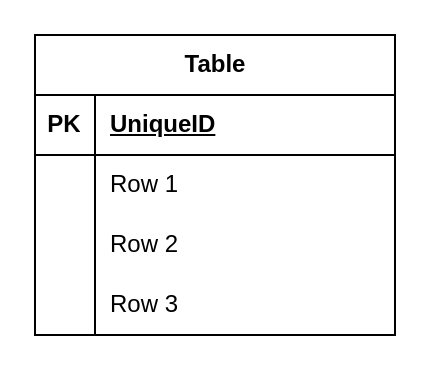
This is 商品管理.drawio from gaollard/diagrams, a draw.io file, before an edit. Source tidied: cells renumbered, new cells numbered last; positions are measured from the earlier drawing's top-left corner, leaving out a move shared by most shapes. Both pictures are drawn from the tidied source at 200%, with x=0, y=0 at pixel (34, 34).
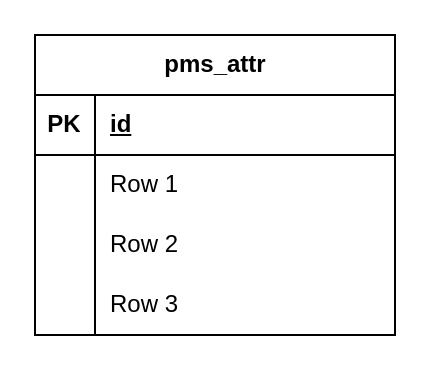
The same page after the edit.

Commit message (it also covers changes not shown here):
更新商品管理.drawio

What changed in the source:
```diff
@@
 <mxGraphModel>
   <root>
     <mxCell id="0" />
     <mxCell id="1" parent="0" />
-    <mxCell id="2" value="Table" style="shape=table;startSize=30;childLayout=tableLayout;rowLines=0;fontStyle=1;align=center;html=1;" parent="1" vertex="1">
+    <mxCell id="2" value="pms_attr" style="shape=table;startSize=30;childLayout=tableLayout;rowLines=0;fontStyle=1;align=center;html=1;" parent="1" vertex="1">
       <mxGeometry width="180" height="150" as="geometry" />
     </mxCell>
     <mxCell id="3" style="shape=tableRow;horizontal=0;startSize=0;swimlaneHead=0;swimlaneBody=0;fillColor=none;top=0;left=0;right=0;bottom=1;" parent="2" vertex="1">
       <mxGeometry y="30" width="180" height="30" as="geometry" />
     </mxCell>
     <mxCell id="4" value="PK" style="shape=partialRectangle;fillColor=none;top=0;left=0;bottom=0;right=0;fontStyle=1;overflow=hidden;whiteSpace=wrap;html=1;" parent="3" vertex="1">
       <mxGeometry width="30" height="30" as="geometry" />
     </mxCell>
-    <mxCell id="5" value="UniqueID" style="shape=partialRectangle;fillColor=none;top=0;left=0;bottom=0;right=0;align=left;spacingLeft=6;fontStyle=5;overflow=hidden;whiteSpace=wrap;html=1;" parent="3" vertex="1">
+    <mxCell id="5" value="id" style="shape=partialRectangle;fillColor=none;top=0;left=0;bottom=0;right=0;align=left;spacingLeft=6;fontStyle=5;overflow=hidden;whiteSpace=wrap;html=1;" parent="3" vertex="1">
       <mxGeometry x="30" width="150" height="30" as="geometry" />
     </mxCell>
     <mxCell id="6" style="shape=tableRow;horizontal=0;startSize=0;swimlaneHead=0;swimlaneBody=0;fillColor=none;top=0;left=0;right=0;bottom=0;" parent="2" vertex="1">
       <mxGeometry y="60" width="180" height="30" as="geometry" />
     </mxCell>
     <mxCell id="7" style="shape=partialRectangle;fillColor=none;top=0;left=0;bottom=0;right=0;overflow=hidden;whiteSpace=wrap;html=1;" parent="6" vertex="1">
       <mxGeometry width="30" height="30" as="geometry" />
     </mxCell>
     <mxCell id="8" value="Row 1" style="shape=partialRectangle;fillColor=none;top=0;left=0;bottom=0;right=0;align=left;spacingLeft=6;overflow=hidden;whiteSpace=wrap;html=1;" parent="6" vertex="1">
       <mxGeometry x="30" width="150" height="30" as="geometry" />
     </mxCell>
     <mxCell id="9" style="shape=tableRow;horizontal=0;startSize=0;swimlaneHead=0;swimlaneBody=0;fillColor=none;top=0;left=0;right=0;bottom=0;" parent="2" vertex="1">
       <mxGeometry y="90" width="180" height="30" as="geometry" />
     </mxCell>
     <mxCell id="10" style="shape=partialRectangle;fillColor=none;top=0;left=0;bottom=0;right=0;overflow=hidden;whiteSpace=wrap;html=1;" parent="9" vertex="1">
       <mxGeometry width="30" height="30" as="geometry" />
     </mxCell>
     <mxCell id="11" value="Row 2" style="shape=partialRectangle;fillColor=none;top=0;left=0;bottom=0;right=0;align=left;spacingLeft=6;overflow=hidden;whiteSpace=wrap;html=1;" parent="9" vertex="1">
       <mxGeometry x="30" width="150" height="30" as="geometry" />
     </mxCell>
     <mxCell id="12" style="shape=tableRow;horizontal=0;startSize=0;swimlaneHead=0;swimlaneBody=0;fillColor=none;top=0;left=0;right=0;bottom=0;" parent="2" vertex="1">
       <mxGeometry y="120" width="180" height="30" as="geometry" />
     </mxCell>
     <mxCell id="13" style="shape=partialRectangle;fillColor=none;top=0;left=0;bottom=0;right=0;overflow=hidden;whiteSpace=wrap;html=1;" parent="12" vertex="1">
       <mxGeometry width="30" height="30" as="geometry" />
     </mxCell>
     <mxCell id="14" value="Row 3" style="shape=partialRectangle;fillColor=none;top=0;left=0;bottom=0;right=0;align=left;spacingLeft=6;overflow=hidden;whiteSpace=wrap;html=1;" parent="12" vertex="1">
       <mxGeometry x="30" width="150" height="30" as="geometry" />
     </mxCell>
   </root>
 </mxGraphModel>
```
